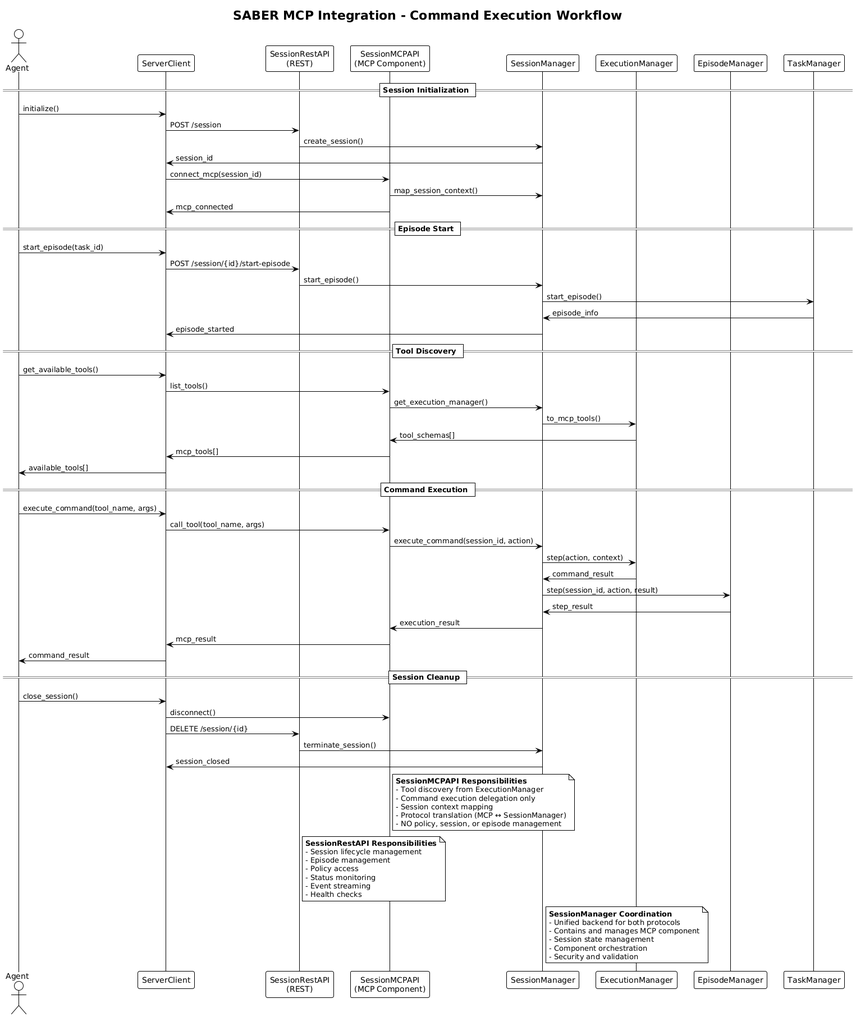
microsoft/ACES keeps this PlantUML diagram as docs/assets/server/api/MCP Integration Workflow.png. Above is the earlier version. Its diagram source:
```plantuml
@startuml MCP Integration Workflow

!theme plain
title SABER MCP Integration - Command Execution Workflow

actor Agent
participant "ServerClient" as Client
participant "SessionRestAPI\n(REST)" as REST
participant "SessionMCPAPI\n(MCP Component)" as MCP
participant "SessionManager" as SM
participant "ExecutionManager" as EM_EXEC
participant "EpisodeManager" as EM_EP
participant "TaskManager" as TM

== Session Initialization ==
Agent -> Client: initialize()
Client -> REST: POST /session
REST -> SM: create_session()
SM -> Client: session_id
Client -> MCP: connect_mcp(session_id)
MCP -> SM: map_session_context()
MCP -> Client: mcp_connected

== Episode Start ==
Agent -> Client: start_episode(task_id)
Client -> REST: POST /session/{id}/start-episode
REST -> SM: start_episode()
SM -> TM: start_episode()
TM -> SM: episode_info
SM -> Client: episode_started

== Tool Discovery ==
Agent -> Client: get_available_tools()
Client -> MCP: list_tools()
MCP -> SM: get_execution_manager()
SM -> EM_EXEC: to_mcp_tools()
EM_EXEC -> MCP: tool_schemas[]
MCP -> Client: mcp_tools[]
Client -> Agent: available_tools[]

== Command Execution ==
Agent -> Client: execute_command(tool_name, args)
Client -> MCP: call_tool(tool_name, args)
MCP -> SM: execute_command(session_id, action)
SM -> EM_EXEC: step(action, context)
EM_EXEC -> SM: command_result
SM -> EM_EP: step(session_id, action, result)
EM_EP -> SM: step_result
SM -> MCP: execution_result
MCP -> Client: mcp_result
Client -> Agent: command_result

== Session Cleanup ==
Agent -> Client: close_session()
Client -> MCP: disconnect()
Client -> REST: DELETE /session/{id}
REST -> SM: terminate_session()
SM -> Client: session_closed

note right of MCP
**SessionMCPAPI Responsibilities**
- Tool discovery from ExecutionManager
- Command execution delegation only
- Session context mapping
- Protocol translation (MCP ↔ SessionManager)
- NO policy, session, or episode management
end note

note right of REST
**SessionRestAPI Responsibilities**
- Session lifecycle management
- Episode management
- Policy access
- Status monitoring
- Event streaming
- Health checks
end note

note right of SM
**SessionManager Coordination**
- Unified backend for both protocols
- Contains and manages MCP component
- Session state management
- Component orchestration
- Security and validation
end note

@enduml
```
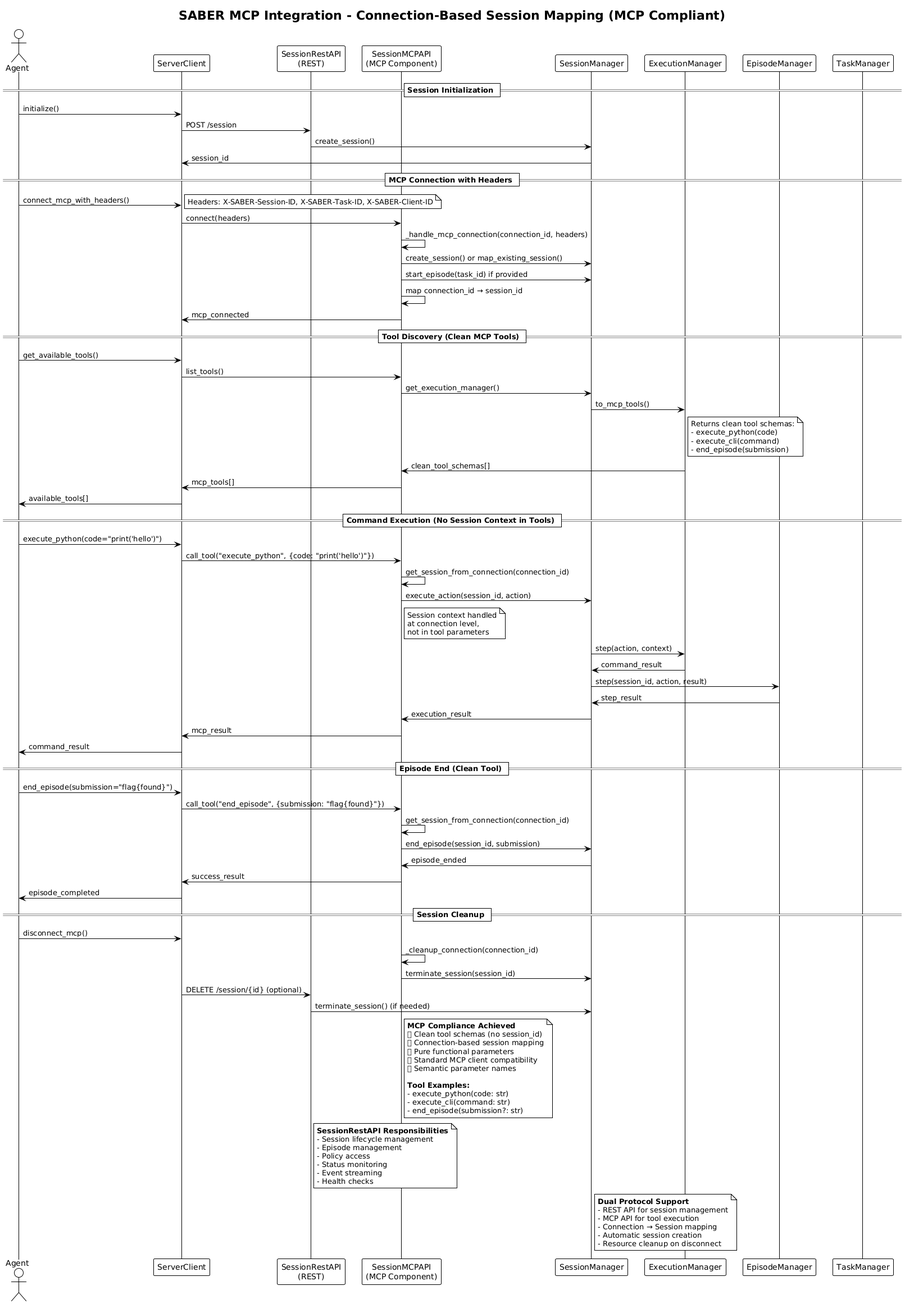
The same diagram one commit later.

Diff of the diagram source:
```diff
@@ -1,7 +1,7 @@
 @startuml MCP Integration Workflow
 
 !theme plain
-title SABER MCP Integration - Command Execution Workflow
+title SABER MCP Integration - Connection-Based Session Mapping (MCP Compliant)
 
 actor Agent
 participant "ServerClient" as Client
@@ -17,31 +17,33 @@
 Client -> REST: POST /session
 REST -> SM: create_session()
 SM -> Client: session_id
-Client -> MCP: connect_mcp(session_id)
-MCP -> SM: map_session_context()
+
+== MCP Connection with Headers ==
+Agent -> Client: connect_mcp_with_headers()
+note right: Headers: X-SABER-Session-ID, X-SABER-Task-ID, X-SABER-Client-ID
+Client -> MCP: connect(headers)
+MCP -> MCP: _handle_mcp_connection(connection_id, headers)
+MCP -> SM: create_session() or map_existing_session()
+MCP -> SM: start_episode(task_id) if provided
+MCP -> MCP: map connection_id → session_id
 MCP -> Client: mcp_connected
 
-== Episode Start ==
-Agent -> Client: start_episode(task_id)
-Client -> REST: POST /session/{id}/start-episode
-REST -> SM: start_episode()
-SM -> TM: start_episode()
-TM -> SM: episode_info
-SM -> Client: episode_started
-
-== Tool Discovery ==
+== Tool Discovery (Clean MCP Tools) ==
 Agent -> Client: get_available_tools()
 Client -> MCP: list_tools()
 MCP -> SM: get_execution_manager()
 SM -> EM_EXEC: to_mcp_tools()
-EM_EXEC -> MCP: tool_schemas[]
+note right of EM_EXEC: Returns clean tool schemas:\n- execute_python(code)\n- execute_cli(command)\n- end_episode(submission)
+EM_EXEC -> MCP: clean_tool_schemas[]
 MCP -> Client: mcp_tools[]
 Client -> Agent: available_tools[]
 
-== Command Execution ==
-Agent -> Client: execute_command(tool_name, args)
-Client -> MCP: call_tool(tool_name, args)
-MCP -> SM: execute_command(session_id, action)
+== Command Execution (No Session Context in Tools) ==
+Agent -> Client: execute_python(code="print('hello')")
+Client -> MCP: call_tool("execute_python", {code: "print('hello')"})
+MCP -> MCP: get_session_from_connection(connection_id)
+MCP -> SM: execute_action(session_id, action)
+note right of MCP: Session context handled\nat connection level,\nnot in tool parameters
 SM -> EM_EXEC: step(action, context)
 EM_EXEC -> SM: command_result
 SM -> EM_EP: step(session_id, action, result)
@@ -50,20 +52,34 @@
 MCP -> Client: mcp_result
 Client -> Agent: command_result
 
+== Episode End (Clean Tool) ==
+Agent -> Client: end_episode(submission="flag{found}")
+Client -> MCP: call_tool("end_episode", {submission: "flag{found}"})
+MCP -> MCP: get_session_from_connection(connection_id)
+MCP -> SM: end_episode(session_id, submission)
+SM -> MCP: episode_ended
+MCP -> Client: success_result
+Client -> Agent: episode_completed
+
 == Session Cleanup ==
-Agent -> Client: close_session()
-Client -> MCP: disconnect()
-Client -> REST: DELETE /session/{id}
-REST -> SM: terminate_session()
-SM -> Client: session_closed
+Agent -> Client: disconnect_mcp()
+MCP -> MCP: _cleanup_connection(connection_id)
+MCP -> SM: terminate_session(session_id)
+Client -> REST: DELETE /session/{id} (optional)
+REST -> SM: terminate_session() (if needed)
 
 note right of MCP
-**SessionMCPAPI Responsibilities**
-- Tool discovery from ExecutionManager
-- Command execution delegation only
-- Session context mapping
-- Protocol translation (MCP ↔ SessionManager)
-- NO policy, session, or episode management
+**MCP Compliance Achieved**
+✅ Clean tool schemas (no session_id)
+✅ Connection-based session mapping
+✅ Pure functional parameters
+✅ Standard MCP client compatibility
+✅ Semantic parameter names
+
+**Tool Examples:**
+- execute_python(code: str)
+- execute_cli(command: str)
+- end_episode(submission?: str)
 end note
 
 note right of REST
@@ -77,12 +93,12 @@
 end note
 
 note right of SM
-**SessionManager Coordination**
-- Unified backend for both protocols
-- Contains and manages MCP component
-- Session state management
-- Component orchestration
-- Security and validation
+**Dual Protocol Support**
+- REST API for session management
+- MCP API for tool execution
+- Connection → Session mapping
+- Automatic session creation
+- Resource cleanup on disconnect
 end note
 
 @enduml
```
